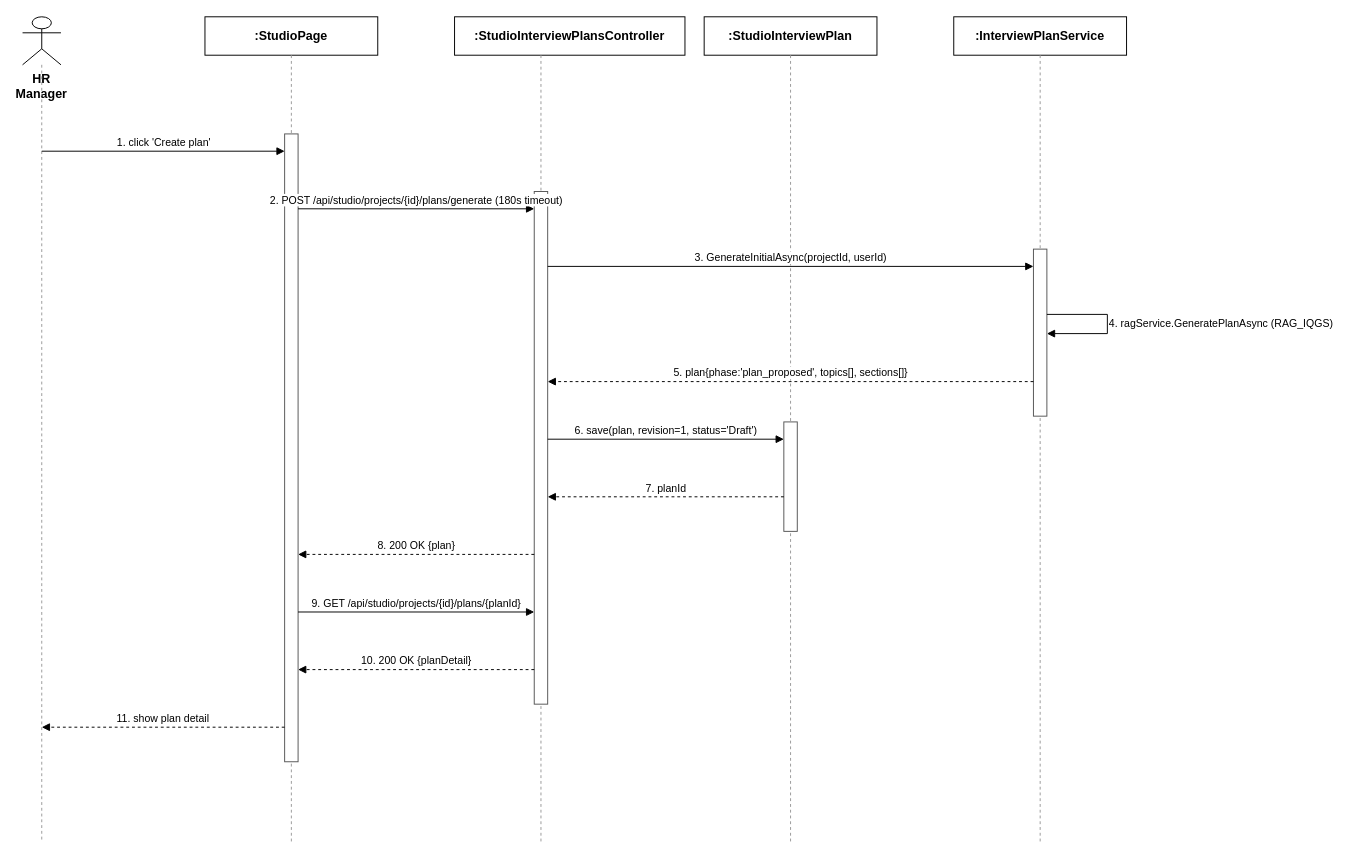
tulklk/AI_Interview_Question_Generation_RAG_LLM_FE keeps this draw.io diagram as docs/qa/Nam_SequenceDiagram/11_AIQuestionGenerationManagement_GeneratePlan.drawio. Above is the earlier version. Source tidied: cells renumbered, new cells numbered last; positions are measured from the earlier drawing's top-left corner, leaving out a move shared by most shapes. Both pictures are drawn from the tidied source at 96%, with x=0, y=0 at pixel (22, 16).
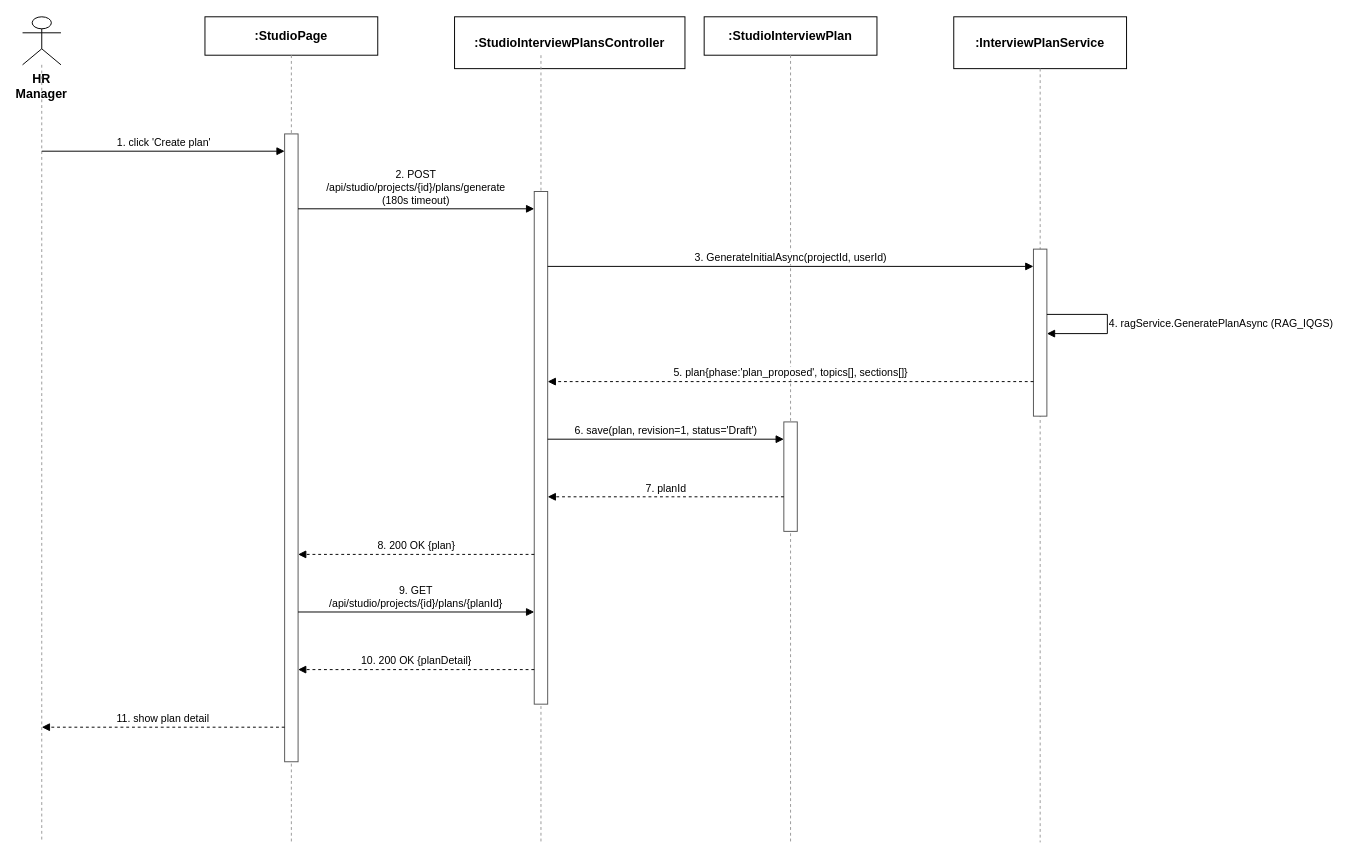
The same diagram, later.

Diff of the diagram source:
```diff
@@
     <mxCell id="6" value=":StudioInterviewPlansController" style="rounded=0;whiteSpace=wrap;html=1;fontSize=13;fillColor=#ffffff;strokeColor=#000000;fontStyle=1;" parent="1" vertex="1">
-      <mxGeometry x="450" width="240" height="40" as="geometry" />
+      <mxGeometry x="450" width="240" height="54" as="geometry" />
     </mxCell>
@@
     <mxCell id="10" value=":InterviewPlanService" style="rounded=0;whiteSpace=wrap;html=1;fontSize=13;fillColor=#ffffff;strokeColor=#000000;fontStyle=1;" parent="1" vertex="1">
-      <mxGeometry x="970" width="180" height="40" as="geometry" />
+      <mxGeometry x="970" width="180" height="54" as="geometry" />
     </mxCell>
     <mxCell id="11" style="endArrow=none;dashed=1;html=1;strokeColor=#999999;" parent="1" edge="1">
       <mxGeometry relative="1" as="geometry">
-        <mxPoint x="1060" y="40" as="sourcePoint" />
+        <mxPoint x="1060" y="54" as="sourcePoint" />
         <mxPoint x="1060" y="860" as="targetPoint" />
       </mxGeometry>
     </mxCell>
@@
-    <mxCell id="17" value="2. POST /api/studio/projects/{id}/plans/generate (180s timeout)" style="endArrow=block;endFill=1;html=1;fontSize=11;align=center;verticalAlign=bottom;labelBackgroundColor=#ffffff;strokeColor=#000000;" parent="1" edge="1">
+    <mxCell id="17" value="2. POST /api/studio/projects/{id}/plans/generate (180s timeout)" style="endArrow=block;endFill=1;html=1;whiteSpace=wrap;fontSize=11;align=center;verticalAlign=bottom;labelBackgroundColor=#ffffff;strokeColor=#000000;" parent="1" edge="1">
       <mxGeometry relative="1" as="geometry">
         <mxPoint x="287" y="200" as="sourcePoint" />
         <mxPoint x="533" y="200" as="targetPoint" />
       </mxGeometry>
     </mxCell>
@@
-    <mxCell id="24" value="9. GET /api/studio/projects/{id}/plans/{planId}" style="endArrow=block;endFill=1;html=1;fontSize=11;align=center;verticalAlign=bottom;labelBackgroundColor=#ffffff;strokeColor=#000000;" parent="1" edge="1">
+    <mxCell id="24" value="9. GET /api/studio/projects/{id}/plans/{planId}" style="endArrow=block;endFill=1;html=1;whiteSpace=wrap;fontSize=11;align=center;verticalAlign=bottom;labelBackgroundColor=#ffffff;strokeColor=#000000;" parent="1" edge="1">
       <mxGeometry relative="1" as="geometry">
         <mxPoint x="287" y="620" as="sourcePoint" />
         <mxPoint x="533" y="620" as="targetPoint" />
       </mxGeometry>
     </mxCell>
```
